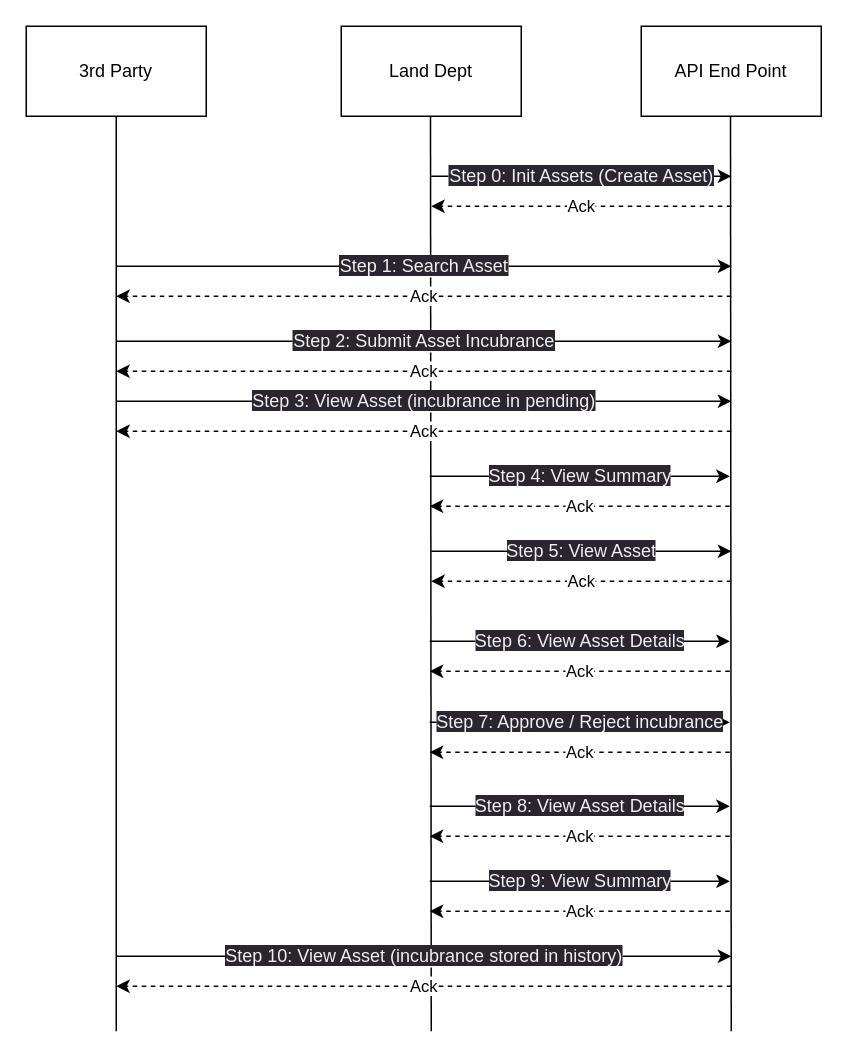
The draw.io diagram doc/use_cases.drawio in lau-bensonnh/propertyDeedBlockchain, before the edit. Source tidied: cells renumbered, new cells numbered last; positions are measured from the earlier drawing's top-left corner, leaving out a move shared by most shapes. Both pictures are drawn from the tidied source at 150%, with x=0, y=0 at pixel (26, 26).
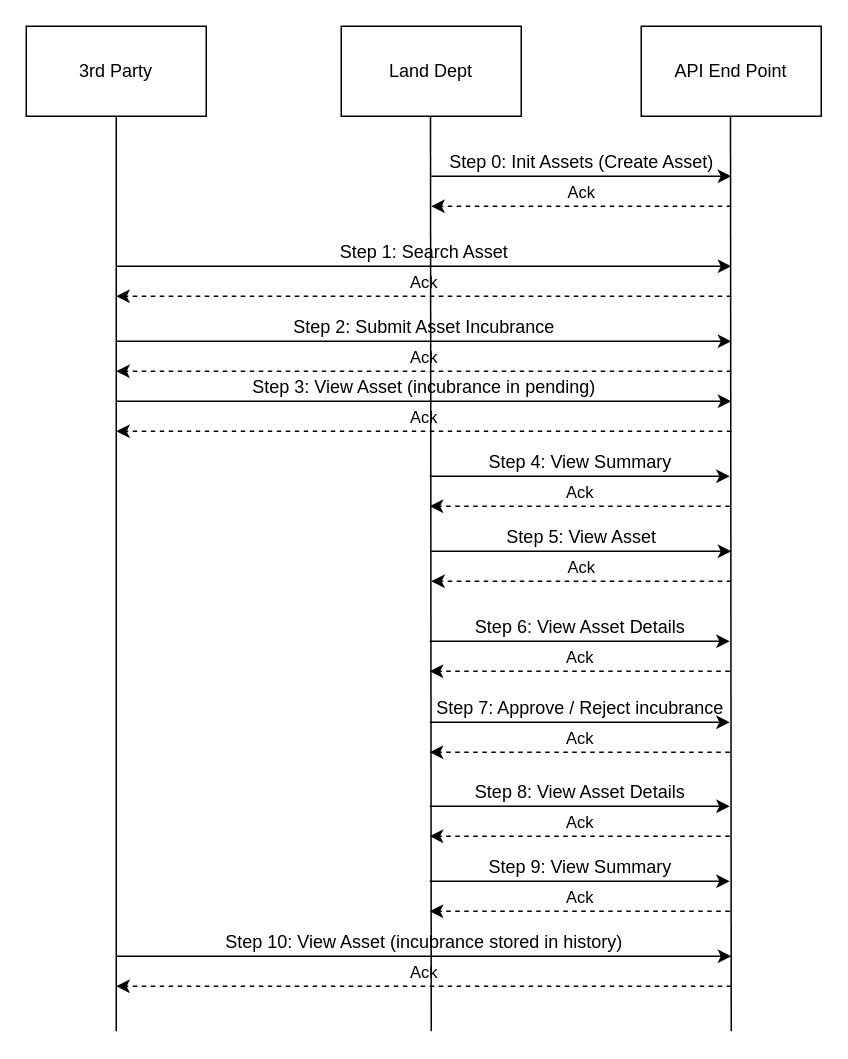
Above is the later version.

Commit message:
add use cases 3 for the sequence diagram

Diff of the diagram source:
```diff
@@
-<mxGraphModel>
+<mxGraphModel background="#FFFFFF">
@@
-    <mxCell id="2" value="3rd Party" style="rounded=0;whiteSpace=wrap;html=1;" parent="1" vertex="1">
+    <mxCell id="2" value="3rd Party" style="rounded=0;whiteSpace=wrap;html=1;labelBackgroundColor=none;fillColor=#FFFFFF;strokeColor=#000000;fontColor=#000000;" parent="1" vertex="1">
       <mxGeometry width="120" height="60" as="geometry" />
     </mxCell>
-    <mxCell id="3" style="endArrow=none;html=1;entryX=0.5;entryY=1;entryDx=0;entryDy=0;" parent="1" edge="1" target="2">
+    <mxCell id="3" style="endArrow=none;html=1;entryX=0.5;entryY=1;entryDx=0;entryDy=0;fontColor=#000000;strokeColor=#000000;labelBackgroundColor=none;" parent="1" edge="1" target="2">
       <mxGeometry relative="1" as="geometry">
         <mxPoint x="60" y="670" as="sourcePoint" />
       </mxGeometry>
     </mxCell>
-    <mxCell id="4" value="Land Dept" style="rounded=0;whiteSpace=wrap;html=1;" parent="1" vertex="1">
+    <mxCell id="4" value="Land Dept" style="rounded=0;whiteSpace=wrap;html=1;labelBackgroundColor=none;fillColor=#FFFFFF;strokeColor=#000000;fontColor=#000000;" parent="1" vertex="1">
       <mxGeometry x="210" width="120" height="60" as="geometry" />
     </mxCell>
-    <mxCell id="5" value="API End Point" style="rounded=0;whiteSpace=wrap;html=1;" parent="1" vertex="1">
+    <mxCell id="5" value="API End Point" style="rounded=0;whiteSpace=wrap;html=1;labelBackgroundColor=none;fillColor=#FFFFFF;strokeColor=#000000;fontColor=#000000;" parent="1" vertex="1">
       <mxGeometry x="410" width="120" height="60" as="geometry" />
     </mxCell>
-    <mxCell id="6" style="endArrow=none;html=1;entryX=0.5;entryY=1;entryDx=0;entryDy=0;" parent="1" edge="1">
+    <mxCell id="6" style="endArrow=none;html=1;entryX=0.5;entryY=1;entryDx=0;entryDy=0;fontColor=#000000;strokeColor=#000000;labelBackgroundColor=none;" parent="1" edge="1">
       <mxGeometry relative="1" as="geometry">
         <mxPoint x="270" y="670" as="sourcePoint" />
         <mxPoint x="269.5" y="60" as="targetPoint" />
       </mxGeometry>
     </mxCell>
-    <mxCell id="7" style="endArrow=none;html=1;entryX=0.5;entryY=1;entryDx=0;entryDy=0;" parent="1" edge="1">
+    <mxCell id="7" style="endArrow=none;html=1;entryX=0.5;entryY=1;entryDx=0;entryDy=0;fontColor=#000000;strokeColor=#000000;labelBackgroundColor=none;" parent="1" edge="1">
       <mxGeometry relative="1" as="geometry">
         <mxPoint x="470" y="670" as="sourcePoint" />
         <mxPoint x="469.5" y="60" as="targetPoint" />
       </mxGeometry>
     </mxCell>
-    <mxCell id="8" value="&lt;span style=&quot;color: rgb(240, 240, 240); font-family: Helvetica; font-size: 12px; font-style: normal; font-variant-ligatures: normal; font-variant-caps: normal; font-weight: 400; letter-spacing: normal; orphans: 2; text-align: center; text-indent: 0px; text-transform: none; widows: 2; word-spacing: 0px; -webkit-text-stroke-width: 0px; background-color: rgb(42, 37, 47); text-decoration-thickness: initial; text-decoration-style: initial; text-decoration-color: initial; float: none; display: inline !important;&quot;&gt;Step 0: Init Assets (Create Asset)&lt;/span&gt;" style="endArrow=classic;html=1;" parent="1" edge="1">
+    <mxCell id="8" value="&lt;span style=&quot;font-family: Helvetica; font-size: 12px; font-style: normal; font-variant-ligatures: normal; font-variant-caps: normal; font-weight: 400; letter-spacing: normal; orphans: 2; text-align: center; text-indent: 0px; text-transform: none; widows: 2; word-spacing: 0px; -webkit-text-stroke-width: 0px; text-decoration-thickness: initial; text-decoration-style: initial; text-decoration-color: initial; float: none; display: inline !important;&quot;&gt;Step 0: Init Assets (Create Asset)&lt;/span&gt;" style="endArrow=classic;html=1;fontColor=#000000;strokeColor=#000000;labelBackgroundColor=none;verticalAlign=bottom;" parent="1" edge="1">
       <mxGeometry relative="1" as="geometry">
         <mxPoint x="270" y="100" as="sourcePoint" />
         <mxPoint x="470" y="100" as="targetPoint" />
       </mxGeometry>
     </mxCell>
-    <mxCell id="9" value="Ack" style="endArrow=classic;html=1;dashed=1;" parent="1" edge="1">
+    <mxCell id="9" value="Ack" style="endArrow=classic;html=1;dashed=1;fontColor=#000000;strokeColor=#000000;labelBackgroundColor=none;verticalAlign=bottom;" parent="1" edge="1">
       <mxGeometry relative="1" as="geometry">
         <mxPoint x="470" y="120" as="sourcePoint" />
         <mxPoint x="270" y="120" as="targetPoint" />
       </mxGeometry>
     </mxCell>
-    <mxCell id="10" value="&lt;span style=&quot;color: rgb(240, 240, 240); font-family: Helvetica; font-size: 12px; font-style: normal; font-variant-ligatures: normal; font-variant-caps: normal; font-weight: 400; letter-spacing: normal; orphans: 2; text-align: center; text-indent: 0px; text-transform: none; widows: 2; word-spacing: 0px; -webkit-text-stroke-width: 0px; background-color: rgb(42, 37, 47); text-decoration-thickness: initial; text-decoration-style: initial; text-decoration-color: initial; float: none; display: inline !important;&quot;&gt;Step 1: Search Asset&lt;/span&gt;" style="endArrow=classic;html=1;" parent="1" edge="1">
+    <mxCell id="10" value="&lt;span style=&quot;font-family: Helvetica; font-size: 12px; font-style: normal; font-variant-ligatures: normal; font-variant-caps: normal; font-weight: 400; letter-spacing: normal; orphans: 2; text-align: center; text-indent: 0px; text-transform: none; widows: 2; word-spacing: 0px; -webkit-text-stroke-width: 0px; text-decoration-thickness: initial; text-decoration-style: initial; text-decoration-color: initial; float: none; display: inline !important;&quot;&gt;Step 1: Search Asset&lt;/span&gt;" style="endArrow=classic;html=1;fontColor=#000000;strokeColor=#000000;labelBackgroundColor=none;verticalAlign=bottom;" parent="1" edge="1">
       <mxGeometry relative="1" as="geometry">
         <mxPoint x="60" y="160" as="sourcePoint" />
         <mxPoint x="470" y="160" as="targetPoint" />
       </mxGeometry>
     </mxCell>
-    <mxCell id="11" value="Ack" style="endArrow=classic;html=1;dashed=1;" parent="1" edge="1">
+    <mxCell id="11" value="Ack" style="endArrow=classic;html=1;dashed=1;fontColor=#000000;strokeColor=#000000;labelBackgroundColor=none;verticalAlign=bottom;" parent="1" edge="1">
       <mxGeometry relative="1" as="geometry">
         <mxPoint x="470" y="180" as="sourcePoint" />
         <mxPoint x="60" y="180" as="targetPoint" />
       </mxGeometry>
     </mxCell>
-    <mxCell id="12" value="&lt;span style=&quot;color: rgb(240, 240, 240); font-family: Helvetica; font-size: 12px; font-style: normal; font-variant-ligatures: normal; font-variant-caps: normal; font-weight: 400; letter-spacing: normal; orphans: 2; text-align: center; text-indent: 0px; text-transform: none; widows: 2; word-spacing: 0px; -webkit-text-stroke-width: 0px; background-color: rgb(42, 37, 47); text-decoration-thickness: initial; text-decoration-style: initial; text-decoration-color: initial; float: none; display: inline !important;&quot;&gt;Step 2: Submit Asset Incubrance&lt;/span&gt;" style="endArrow=classic;html=1;" parent="1" edge="1">
+    <mxCell id="12" value="&lt;span style=&quot;font-family: Helvetica; font-size: 12px; font-style: normal; font-variant-ligatures: normal; font-variant-caps: normal; font-weight: 400; letter-spacing: normal; orphans: 2; text-align: center; text-indent: 0px; text-transform: none; widows: 2; word-spacing: 0px; -webkit-text-stroke-width: 0px; text-decoration-thickness: initial; text-decoration-style: initial; text-decoration-color: initial; float: none; display: inline !important;&quot;&gt;Step 2: Submit Asset Incubrance&lt;/span&gt;" style="endArrow=classic;html=1;fontColor=#000000;strokeColor=#000000;labelBackgroundColor=none;verticalAlign=bottom;" parent="1" edge="1">
       <mxGeometry relative="1" as="geometry">
         <mxPoint x="60" y="210" as="sourcePoint" />
         <mxPoint x="470" y="210" as="targetPoint" />
       </mxGeometry>
     </mxCell>
-    <mxCell id="13" value="Ack" style="endArrow=classic;html=1;dashed=1;" parent="1" edge="1">
+    <mxCell id="13" value="Ack" style="endArrow=classic;html=1;dashed=1;fontColor=#000000;strokeColor=#000000;labelBackgroundColor=none;verticalAlign=bottom;" parent="1" edge="1">
       <mxGeometry relative="1" as="geometry">
         <mxPoint x="470" y="230" as="sourcePoint" />
         <mxPoint x="60" y="230" as="targetPoint" />
       </mxGeometry>
     </mxCell>
-    <mxCell id="14" value="&lt;span style=&quot;color: rgb(240, 240, 240); font-family: Helvetica; font-size: 12px; font-style: normal; font-variant-ligatures: normal; font-variant-caps: normal; font-weight: 400; letter-spacing: normal; orphans: 2; text-align: center; text-indent: 0px; text-transform: none; widows: 2; word-spacing: 0px; -webkit-text-stroke-width: 0px; background-color: rgb(42, 37, 47); text-decoration-thickness: initial; text-decoration-style: initial; text-decoration-color: initial; float: none; display: inline !important;&quot;&gt;Step 3: View Asset (incubrance in pending)&lt;/span&gt;" style="endArrow=classic;html=1;" parent="1" edge="1">
+    <mxCell id="14" value="&lt;span style=&quot;font-family: Helvetica; font-size: 12px; font-style: normal; font-variant-ligatures: normal; font-variant-caps: normal; font-weight: 400; letter-spacing: normal; orphans: 2; text-align: center; text-indent: 0px; text-transform: none; widows: 2; word-spacing: 0px; -webkit-text-stroke-width: 0px; text-decoration-thickness: initial; text-decoration-style: initial; text-decoration-color: initial; float: none; display: inline !important;&quot;&gt;Step 3: View Asset (incubrance in pending)&lt;/span&gt;" style="endArrow=classic;html=1;fontColor=#000000;strokeColor=#000000;labelBackgroundColor=none;verticalAlign=bottom;" parent="1" edge="1">
       <mxGeometry relative="1" as="geometry">
         <mxPoint x="60" y="250" as="sourcePoint" />
         <mxPoint x="470" y="250" as="targetPoint" />
       </mxGeometry>
     </mxCell>
-    <mxCell id="15" value="Ack" style="endArrow=classic;html=1;dashed=1;" parent="1" edge="1">
+    <mxCell id="15" value="Ack" style="endArrow=classic;html=1;dashed=1;fontColor=#000000;strokeColor=#000000;labelBackgroundColor=none;verticalAlign=bottom;" parent="1" edge="1">
       <mxGeometry relative="1" as="geometry">
         <mxPoint x="470" y="270" as="sourcePoint" />
         <mxPoint x="60" y="270" as="targetPoint" />
       </mxGeometry>
     </mxCell>
-    <mxCell id="16" value="&lt;span style=&quot;color: rgb(240, 240, 240); font-family: Helvetica; font-size: 12px; font-style: normal; font-variant-ligatures: normal; font-variant-caps: normal; font-weight: 400; letter-spacing: normal; orphans: 2; text-align: center; text-indent: 0px; text-transform: none; widows: 2; word-spacing: 0px; -webkit-text-stroke-width: 0px; background-color: rgb(42, 37, 47); text-decoration-thickness: initial; text-decoration-style: initial; text-decoration-color: initial; float: none; display: inline !important;&quot;&gt;Step 4: View Summary&lt;/span&gt;" style="endArrow=classic;html=1;" parent="1" edge="1">
+    <mxCell id="16" value="&lt;span style=&quot;font-family: Helvetica; font-size: 12px; font-style: normal; font-variant-ligatures: normal; font-variant-caps: normal; font-weight: 400; letter-spacing: normal; orphans: 2; text-align: center; text-indent: 0px; text-transform: none; widows: 2; word-spacing: 0px; -webkit-text-stroke-width: 0px; text-decoration-thickness: initial; text-decoration-style: initial; text-decoration-color: initial; float: none; display: inline !important;&quot;&gt;Step 4: View Summary&lt;/span&gt;" style="endArrow=classic;html=1;fontColor=#000000;strokeColor=#000000;labelBackgroundColor=none;verticalAlign=bottom;" parent="1" edge="1">
       <mxGeometry relative="1" as="geometry">
         <mxPoint x="269" y="300" as="sourcePoint" />
         <mxPoint x="469" y="300" as="targetPoint" />
       </mxGeometry>
     </mxCell>
-    <mxCell id="17" value="Ack" style="endArrow=classic;html=1;dashed=1;" parent="1" edge="1">
+    <mxCell id="17" value="Ack" style="endArrow=classic;html=1;dashed=1;fontColor=#000000;strokeColor=#000000;labelBackgroundColor=none;verticalAlign=bottom;" parent="1" edge="1">
       <mxGeometry relative="1" as="geometry">
         <mxPoint x="469" y="320" as="sourcePoint" />
         <mxPoint x="269" y="320" as="targetPoint" />
       </mxGeometry>
     </mxCell>
-    <mxCell id="18" value="&lt;span style=&quot;color: rgb(240, 240, 240); font-family: Helvetica; font-size: 12px; font-style: normal; font-variant-ligatures: normal; font-variant-caps: normal; font-weight: 400; letter-spacing: normal; orphans: 2; text-align: center; text-indent: 0px; text-transform: none; widows: 2; word-spacing: 0px; -webkit-text-stroke-width: 0px; background-color: rgb(42, 37, 47); text-decoration-thickness: initial; text-decoration-style: initial; text-decoration-color: initial; float: none; display: inline !important;&quot;&gt;Step 6: View Asset Details&lt;/span&gt;" style="endArrow=classic;html=1;" parent="1" edge="1">
+    <mxCell id="18" value="&lt;span style=&quot;font-family: Helvetica; font-size: 12px; font-style: normal; font-variant-ligatures: normal; font-variant-caps: normal; font-weight: 400; letter-spacing: normal; orphans: 2; text-align: center; text-indent: 0px; text-transform: none; widows: 2; word-spacing: 0px; -webkit-text-stroke-width: 0px; text-decoration-thickness: initial; text-decoration-style: initial; text-decoration-color: initial; float: none; display: inline !important;&quot;&gt;Step 6: View Asset Details&lt;/span&gt;" style="endArrow=classic;html=1;fontColor=#000000;strokeColor=#000000;labelBackgroundColor=none;verticalAlign=bottom;" parent="1" edge="1">
       <mxGeometry relative="1" as="geometry">
         <mxPoint x="269" y="410" as="sourcePoint" />
         <mxPoint x="469" y="410" as="targetPoint" />
       </mxGeometry>
     </mxCell>
-    <mxCell id="19" value="Ack" style="endArrow=classic;html=1;dashed=1;" parent="1" edge="1">
+    <mxCell id="19" value="Ack" style="endArrow=classic;html=1;dashed=1;fontColor=#000000;strokeColor=#000000;labelBackgroundColor=none;verticalAlign=bottom;" parent="1" edge="1">
       <mxGeometry relative="1" as="geometry">
         <mxPoint x="469" y="430" as="sourcePoint" />
         <mxPoint x="269" y="430" as="targetPoint" />
       </mxGeometry>
     </mxCell>
-    <mxCell id="20" value="&lt;span style=&quot;color: rgb(240, 240, 240); font-family: Helvetica; font-size: 12px; font-style: normal; font-variant-ligatures: normal; font-variant-caps: normal; font-weight: 400; letter-spacing: normal; orphans: 2; text-align: center; text-indent: 0px; text-transform: none; widows: 2; word-spacing: 0px; -webkit-text-stroke-width: 0px; background-color: rgb(42, 37, 47); text-decoration-thickness: initial; text-decoration-style: initial; text-decoration-color: initial; float: none; display: inline !important;&quot;&gt;Step 7: Approve / Reject incubrance&lt;/span&gt;" style="endArrow=classic;html=1;" parent="1" edge="1">
+    <mxCell id="20" value="&lt;span style=&quot;font-family: Helvetica; font-size: 12px; font-style: normal; font-variant-ligatures: normal; font-variant-caps: normal; font-weight: 400; letter-spacing: normal; orphans: 2; text-align: center; text-indent: 0px; text-transform: none; widows: 2; word-spacing: 0px; -webkit-text-stroke-width: 0px; text-decoration-thickness: initial; text-decoration-style: initial; text-decoration-color: initial; float: none; display: inline !important;&quot;&gt;Step 7: Approve / Reject incubrance&lt;/span&gt;" style="endArrow=classic;html=1;fontColor=#000000;strokeColor=#000000;labelBackgroundColor=none;verticalAlign=bottom;" parent="1" edge="1">
       <mxGeometry relative="1" as="geometry">
         <mxPoint x="269" y="464" as="sourcePoint" />
         <mxPoint x="469" y="464" as="targetPoint" />
       </mxGeometry>
     </mxCell>
-    <mxCell id="21" value="Ack" style="endArrow=classic;html=1;dashed=1;" parent="1" edge="1">
+    <mxCell id="21" value="Ack" style="endArrow=classic;html=1;dashed=1;fontColor=#000000;strokeColor=#000000;labelBackgroundColor=none;verticalAlign=bottom;" parent="1" edge="1">
       <mxGeometry relative="1" as="geometry">
         <mxPoint x="469" y="484" as="sourcePoint" />
         <mxPoint x="269" y="484" as="targetPoint" />
       </mxGeometry>
     </mxCell>
-    <mxCell id="22" value="&lt;span style=&quot;color: rgb(240, 240, 240); font-family: Helvetica; font-size: 12px; font-style: normal; font-variant-ligatures: normal; font-variant-caps: normal; font-weight: 400; letter-spacing: normal; orphans: 2; text-align: center; text-indent: 0px; text-transform: none; widows: 2; word-spacing: 0px; -webkit-text-stroke-width: 0px; background-color: rgb(42, 37, 47); text-decoration-thickness: initial; text-decoration-style: initial; text-decoration-color: initial; float: none; display: inline !important;&quot;&gt;Step 9: View Summary&lt;/span&gt;" style="endArrow=classic;html=1;" parent="1" edge="1">
+    <mxCell id="22" value="&lt;span style=&quot;font-family: Helvetica; font-size: 12px; font-style: normal; font-variant-ligatures: normal; font-variant-caps: normal; font-weight: 400; letter-spacing: normal; orphans: 2; text-align: center; text-indent: 0px; text-transform: none; widows: 2; word-spacing: 0px; -webkit-text-stroke-width: 0px; text-decoration-thickness: initial; text-decoration-style: initial; text-decoration-color: initial; float: none; display: inline !important;&quot;&gt;Step 9: View Summary&lt;/span&gt;" style="endArrow=classic;html=1;fontColor=#000000;strokeColor=#000000;labelBackgroundColor=none;verticalAlign=bottom;" parent="1" edge="1">
       <mxGeometry relative="1" as="geometry">
         <mxPoint x="269" y="570" as="sourcePoint" />
         <mxPoint x="469" y="570" as="targetPoint" />
       </mxGeometry>
     </mxCell>
-    <mxCell id="23" value="Ack" style="endArrow=classic;html=1;dashed=1;" parent="1" edge="1">
+    <mxCell id="23" value="Ack" style="endArrow=classic;html=1;dashed=1;fontColor=#000000;strokeColor=#000000;labelBackgroundColor=none;verticalAlign=bottom;" parent="1" edge="1">
       <mxGeometry relative="1" as="geometry">
         <mxPoint x="469" y="590" as="sourcePoint" />
         <mxPoint x="269" y="590" as="targetPoint" />
       </mxGeometry>
     </mxCell>
-    <mxCell id="24" value="&lt;span style=&quot;color: rgb(240, 240, 240); font-family: Helvetica; font-size: 12px; font-style: normal; font-variant-ligatures: normal; font-variant-caps: normal; font-weight: 400; letter-spacing: normal; orphans: 2; text-align: center; text-indent: 0px; text-transform: none; widows: 2; word-spacing: 0px; -webkit-text-stroke-width: 0px; background-color: rgb(42, 37, 47); text-decoration-thickness: initial; text-decoration-style: initial; text-decoration-color: initial; float: none; display: inline !important;&quot;&gt;Step 8: View Asset Details&lt;/span&gt;" style="endArrow=classic;html=1;" parent="1" edge="1">
+    <mxCell id="24" value="&lt;span style=&quot;font-family: Helvetica; font-size: 12px; font-style: normal; font-variant-ligatures: normal; font-variant-caps: normal; font-weight: 400; letter-spacing: normal; orphans: 2; text-align: center; text-indent: 0px; text-transform: none; widows: 2; word-spacing: 0px; -webkit-text-stroke-width: 0px; text-decoration-thickness: initial; text-decoration-style: initial; text-decoration-color: initial; float: none; display: inline !important;&quot;&gt;Step 8: View Asset Details&lt;/span&gt;" style="endArrow=classic;html=1;fontColor=#000000;strokeColor=#000000;labelBackgroundColor=none;verticalAlign=bottom;" parent="1" edge="1">
       <mxGeometry relative="1" as="geometry">
         <mxPoint x="269" y="520" as="sourcePoint" />
         <mxPoint x="469" y="520" as="targetPoint" />
       </mxGeometry>
     </mxCell>
-    <mxCell id="25" value="Ack" style="endArrow=classic;html=1;dashed=1;" parent="1" edge="1">
+    <mxCell id="25" value="Ack" style="endArrow=classic;html=1;dashed=1;fontColor=#000000;strokeColor=#000000;labelBackgroundColor=none;verticalAlign=bottom;" parent="1" edge="1">
       <mxGeometry relative="1" as="geometry">
         <mxPoint x="469" y="540" as="sourcePoint" />
         <mxPoint x="269" y="540" as="targetPoint" />
       </mxGeometry>
     </mxCell>
-    <mxCell id="26" value="&lt;span style=&quot;color: rgb(240, 240, 240); font-family: Helvetica; font-size: 12px; font-style: normal; font-variant-ligatures: normal; font-variant-caps: normal; font-weight: 400; letter-spacing: normal; orphans: 2; text-align: center; text-indent: 0px; text-transform: none; widows: 2; word-spacing: 0px; -webkit-text-stroke-width: 0px; background-color: rgb(42, 37, 47); text-decoration-thickness: initial; text-decoration-style: initial; text-decoration-color: initial; float: none; display: inline !important;&quot;&gt;Step 10: View Asset (incubrance stored in history)&lt;/span&gt;" style="endArrow=classic;html=1;" parent="1" edge="1">
+    <mxCell id="26" value="&lt;span style=&quot;font-family: Helvetica; font-size: 12px; font-style: normal; font-variant-ligatures: normal; font-variant-caps: normal; font-weight: 400; letter-spacing: normal; orphans: 2; text-align: center; text-indent: 0px; text-transform: none; widows: 2; word-spacing: 0px; -webkit-text-stroke-width: 0px; text-decoration-thickness: initial; text-decoration-style: initial; text-decoration-color: initial; float: none; display: inline !important;&quot;&gt;Step 10: View Asset (incubrance stored in history)&lt;/span&gt;" style="endArrow=classic;html=1;fontColor=#000000;strokeColor=#000000;labelBackgroundColor=none;verticalAlign=bottom;" parent="1" edge="1">
       <mxGeometry relative="1" as="geometry">
         <mxPoint x="60" y="620" as="sourcePoint" />
         <mxPoint x="470" y="620" as="targetPoint" />
       </mxGeometry>
     </mxCell>
-    <mxCell id="27" value="Ack" style="endArrow=classic;html=1;dashed=1;" parent="1" edge="1">
+    <mxCell id="27" value="Ack" style="endArrow=classic;html=1;dashed=1;fontColor=#000000;strokeColor=#000000;labelBackgroundColor=none;verticalAlign=bottom;" parent="1" edge="1">
       <mxGeometry relative="1" as="geometry">
         <mxPoint x="470" y="640" as="sourcePoint" />
         <mxPoint x="60" y="640" as="targetPoint" />
       </mxGeometry>
     </mxCell>
-    <mxCell id="28" value="&lt;span style=&quot;color: rgb(240, 240, 240); font-family: Helvetica; font-size: 12px; font-style: normal; font-variant-ligatures: normal; font-variant-caps: normal; font-weight: 400; letter-spacing: normal; orphans: 2; text-align: center; text-indent: 0px; text-transform: none; widows: 2; word-spacing: 0px; -webkit-text-stroke-width: 0px; background-color: rgb(42, 37, 47); text-decoration-thickness: initial; text-decoration-style: initial; text-decoration-color: initial; float: none; display: inline !important;&quot;&gt;Step 5: View Asset&lt;/span&gt;" style="endArrow=classic;html=1;" parent="1" edge="1">
+    <mxCell id="28" value="&lt;span style=&quot;font-family: Helvetica; font-size: 12px; font-style: normal; font-variant-ligatures: normal; font-variant-caps: normal; font-weight: 400; letter-spacing: normal; orphans: 2; text-align: center; text-indent: 0px; text-transform: none; widows: 2; word-spacing: 0px; -webkit-text-stroke-width: 0px; text-decoration-thickness: initial; text-decoration-style: initial; text-decoration-color: initial; float: none; display: inline !important;&quot;&gt;Step 5: View Asset&lt;/span&gt;" style="endArrow=classic;html=1;fontColor=#000000;strokeColor=#000000;labelBackgroundColor=none;verticalAlign=bottom;" parent="1" edge="1">
       <mxGeometry relative="1" as="geometry">
         <mxPoint x="270" y="350" as="sourcePoint" />
         <mxPoint x="470" y="350" as="targetPoint" />
       </mxGeometry>
     </mxCell>
-    <mxCell id="29" value="Ack" style="endArrow=classic;html=1;dashed=1;" parent="1" edge="1">
+    <mxCell id="29" value="Ack" style="endArrow=classic;html=1;dashed=1;fontColor=#000000;strokeColor=#000000;labelBackgroundColor=none;verticalAlign=bottom;" parent="1" edge="1">
       <mxGeometry relative="1" as="geometry">
         <mxPoint x="470" y="370" as="sourcePoint" />
         <mxPoint x="270" y="370" as="targetPoint" />
       </mxGeometry>
     </mxCell>
```
